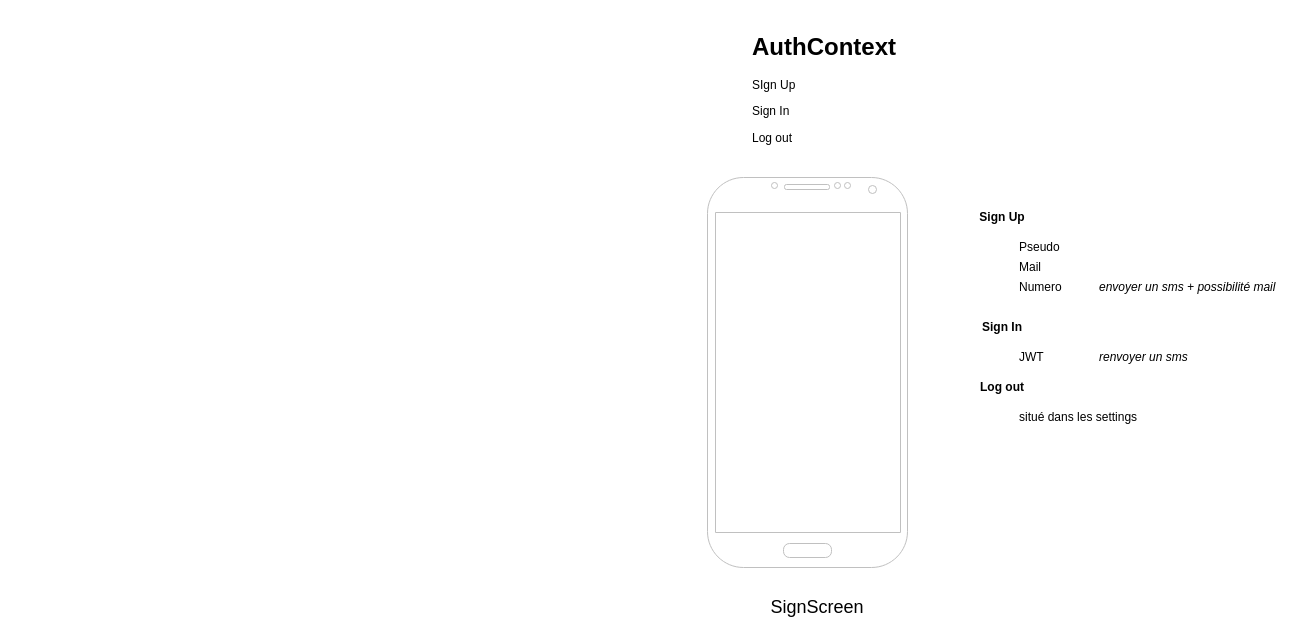
Above: page "Auth" (3 of 4) of walkamn.drawio in amaurycoudr/walkman (draw.io), before the change. Source tidied: cells renumbered, new cells numbered last; positions are measured from the earlier drawing's top-left corner, leaving out a move shared by most shapes. Both pictures are drawn from the tidied source at 100%, with x=0, y=0 at pixel (707, 27).
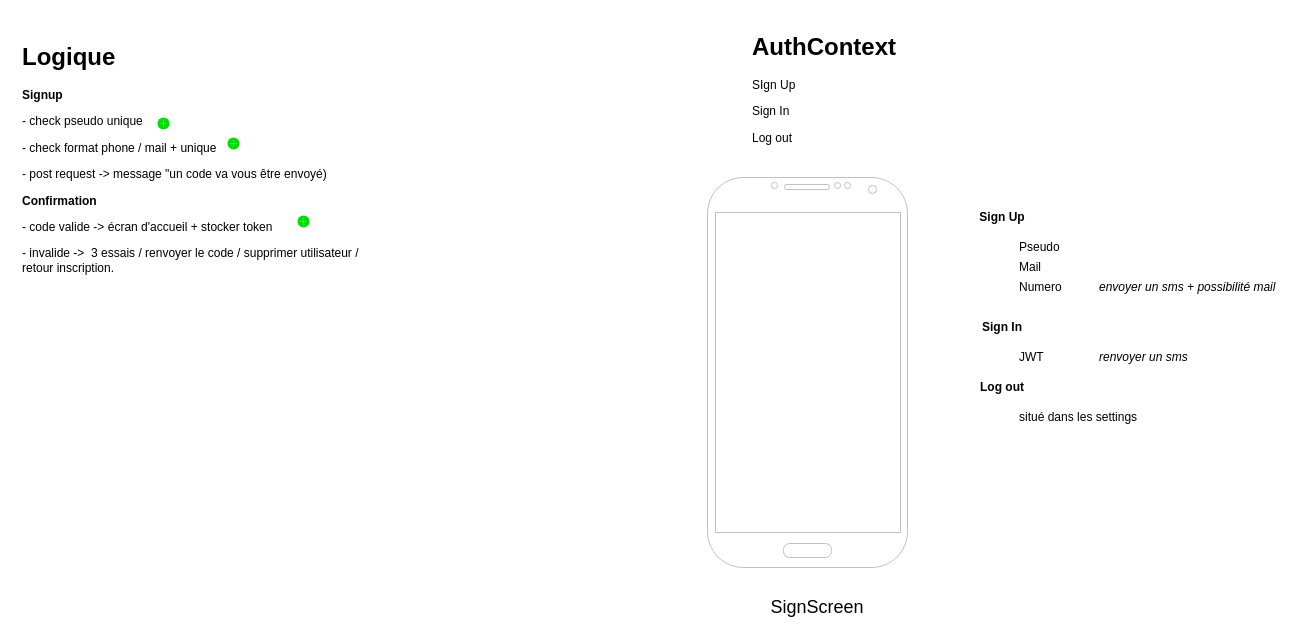
The same page after the edit.

Change to the diagram source:
```diff
@@
 <mxGraphModel>
   <root>
     <mxCell id="0" />
     <mxCell id="1" parent="0" />
     <mxCell id="2" value="&lt;h1&gt;AuthContext&lt;/h1&gt;&lt;p&gt;SIgn Up&lt;/p&gt;&lt;p&gt;Sign In&lt;/p&gt;&lt;p&gt;Log out&lt;/p&gt;" style="text;html=1;strokeColor=none;fillColor=none;spacing=5;spacingTop=-20;whiteSpace=wrap;overflow=hidden;rounded=0;" parent="1" vertex="1">
       <mxGeometry x="40" width="190" height="120" as="geometry" />
     </mxCell>
     <mxCell id="3" style="verticalLabelPosition=bottom;verticalAlign=top;html=1;shadow=0;dashed=0;strokeWidth=1;shape=mxgraph.android.phone2;strokeColor=#c0c0c0;" parent="1" vertex="1">
       <mxGeometry y="150" width="200" height="390" as="geometry" />
     </mxCell>
     <mxCell id="4" value="SignScreen" style="text;html=1;strokeColor=none;fillColor=none;align=center;verticalAlign=middle;whiteSpace=wrap;rounded=0;fontSize=18;" parent="1" vertex="1">
       <mxGeometry x="90" y="570" width="40" height="20" as="geometry" />
     </mxCell>
     <mxCell id="5" value="Pseudo" style="text;html=1;strokeColor=none;fillColor=none;align=left;verticalAlign=middle;whiteSpace=wrap;rounded=0;" parent="1" vertex="1">
       <mxGeometry x="310" y="210" width="40" height="20" as="geometry" />
     </mxCell>
     <mxCell id="6" value="Mail" style="text;html=1;strokeColor=none;fillColor=none;align=left;verticalAlign=middle;whiteSpace=wrap;rounded=0;" parent="1" vertex="1">
       <mxGeometry x="310" y="230" width="40" height="20" as="geometry" />
     </mxCell>
     <mxCell id="7" value="&lt;b&gt;Sign Up&lt;/b&gt;" style="text;html=1;strokeColor=none;fillColor=none;align=center;verticalAlign=middle;whiteSpace=wrap;rounded=0;" parent="1" vertex="1">
       <mxGeometry x="270" y="180" width="50" height="20" as="geometry" />
     </mxCell>
     <mxCell id="8" value="Numero" style="text;html=1;strokeColor=none;fillColor=none;align=left;verticalAlign=middle;whiteSpace=wrap;rounded=0;" parent="1" vertex="1">
       <mxGeometry x="310" y="250" width="40" height="20" as="geometry" />
     </mxCell>
     <mxCell id="9" value="JWT" style="text;html=1;strokeColor=none;fillColor=none;align=left;verticalAlign=middle;whiteSpace=wrap;rounded=0;" parent="1" vertex="1">
       <mxGeometry x="310" y="320" width="40" height="20" as="geometry" />
     </mxCell>
     <mxCell id="10" value="&lt;b&gt;Sign In&lt;/b&gt;" style="text;html=1;strokeColor=none;fillColor=none;align=center;verticalAlign=middle;whiteSpace=wrap;rounded=0;" parent="1" vertex="1">
       <mxGeometry x="270" y="290" width="50" height="20" as="geometry" />
     </mxCell>
     <mxCell id="11" value="situé dans les settings" style="text;html=1;strokeColor=none;fillColor=none;align=left;verticalAlign=middle;whiteSpace=wrap;rounded=0;" parent="1" vertex="1">
       <mxGeometry x="310" y="380" width="140" height="20" as="geometry" />
     </mxCell>
     <mxCell id="12" value="&lt;b&gt;Log out&lt;/b&gt;" style="text;html=1;strokeColor=none;fillColor=none;align=center;verticalAlign=middle;whiteSpace=wrap;rounded=0;" parent="1" vertex="1">
       <mxGeometry x="270" y="350" width="50" height="20" as="geometry" />
     </mxCell>
     <mxCell id="13" value="&lt;i&gt;renvoyer un sms&lt;/i&gt;" style="text;html=1;strokeColor=none;fillColor=none;align=left;verticalAlign=middle;whiteSpace=wrap;rounded=0;" parent="1" vertex="1">
       <mxGeometry x="390" y="320" width="110" height="20" as="geometry" />
     </mxCell>
     <mxCell id="14" value="&lt;i&gt;envoyer un sms + possibilité mail&lt;/i&gt;" style="text;html=1;strokeColor=none;fillColor=none;align=left;verticalAlign=middle;whiteSpace=wrap;rounded=0;" parent="1" vertex="1">
       <mxGeometry x="390" y="250" width="190" height="20" as="geometry" />
     </mxCell>
+    <mxCell id="15" value="&lt;h1&gt;Logique&lt;/h1&gt;&lt;div&gt;&lt;b&gt;Signup&amp;nbsp;&lt;/b&gt;&lt;/div&gt;&lt;p&gt;- check pseudo unique&lt;/p&gt;&lt;p&gt;- check format phone / mail + unique&lt;/p&gt;&lt;p&gt;- post request -&amp;gt; message &quot;un code va vous être envoyé)&lt;/p&gt;&lt;p&gt;&lt;b&gt;Confirmation&lt;/b&gt;&lt;/p&gt;&lt;p&gt;- code valide -&amp;gt; écran d'accueil + stocker token&lt;/p&gt;&lt;p&gt;- invalide -&amp;gt;&amp;nbsp; 3 essais / renvoyer le code / supprimer utilisateur / retour inscription.&lt;/p&gt;" style="text;html=1;strokeColor=none;fillColor=none;spacing=5;spacingTop=-20;whiteSpace=wrap;overflow=hidden;rounded=0;" parent="1" vertex="1">
+      <mxGeometry x="-690" y="10" width="360" height="520" as="geometry" />
+    </mxCell>
+    <mxCell id="16" style="html=1;verticalLabelPosition=bottom;labelBackgroundColor=#ffffff;verticalAlign=top;shadow=0;dashed=0;strokeWidth=2;shape=mxgraph.ios7.misc.add;fillColor=#00dd00;strokeColor=#ffffff;" parent="1" vertex="1">
+      <mxGeometry x="-550" y="90" width="12" height="12" as="geometry" />
+    </mxCell>
+    <mxCell id="17" style="html=1;verticalLabelPosition=bottom;labelBackgroundColor=#ffffff;verticalAlign=top;shadow=0;dashed=0;strokeWidth=2;shape=mxgraph.ios7.misc.add;fillColor=#00dd00;strokeColor=#ffffff;" parent="1" vertex="1">
+      <mxGeometry x="-480" y="110" width="12" height="12" as="geometry" />
+    </mxCell>
+    <mxCell id="18" style="html=1;verticalLabelPosition=bottom;labelBackgroundColor=#ffffff;verticalAlign=top;shadow=0;dashed=0;strokeWidth=2;shape=mxgraph.ios7.misc.add;fillColor=#00dd00;strokeColor=#ffffff;" parent="1" vertex="1">
+      <mxGeometry x="-410" y="188" width="12" height="12" as="geometry" />
+    </mxCell>
   </root>
 </mxGraphModel>
```
